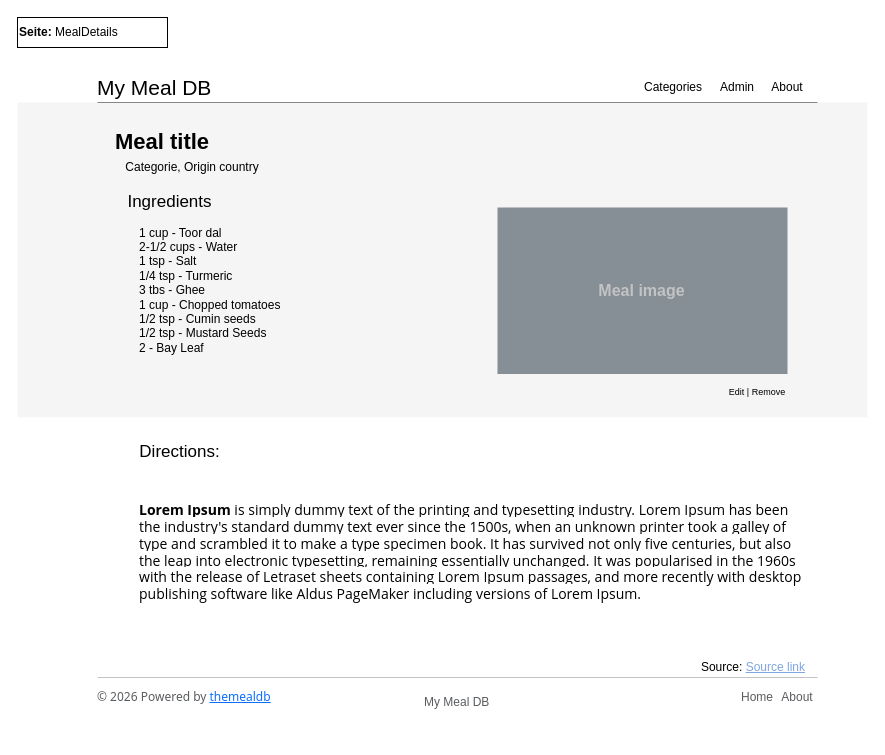
MAFernCosta/m294-mymealdb keeps this draw.io diagram as page "Desktop:MealDetails" (3 of 7) of Dokumentation/Bildschirme-der-my-meal-db.drawio. Above is the earlier version. Source tidied: cells renumbered, new cells numbered last; positions are measured from the earlier drawing's top-left corner, leaving out a move shared by most shapes. Both pictures are drawn from the tidied source at 100%, with x=0, y=0 at pixel (17, 17).
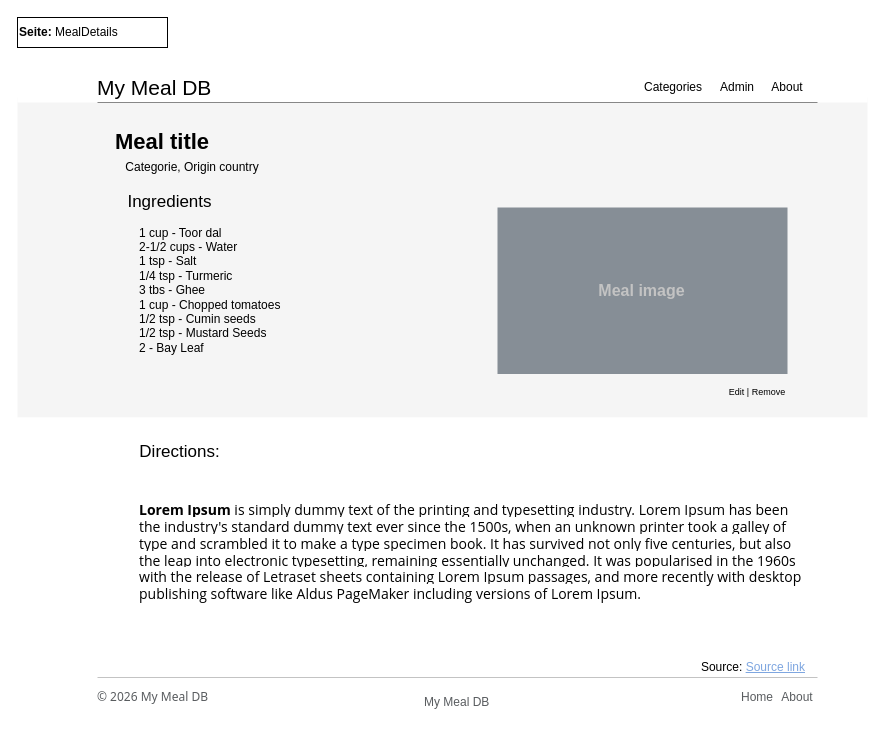
Above is the later version.

What changed in the source:
```diff
@@
-    <mxCell id="5" value="&lt;font&gt;&lt;span style=&quot;color: rgba(33, 37, 41, 0.75); font-family: system-ui, -apple-system, &amp;quot;Segoe UI&amp;quot;, Roboto, &amp;quot;Helvetica Neue&amp;quot;, &amp;quot;Noto Sans&amp;quot;, &amp;quot;Liberation Sans&amp;quot;, Arial, sans-serif, &amp;quot;Apple Color Emoji&amp;quot;, &amp;quot;Segoe UI Emoji&amp;quot;, &amp;quot;Segoe UI Symbol&amp;quot;, &amp;quot;Noto Color Emoji&amp;quot;; background-color: rgb(255, 255, 255);&quot;&gt;© 2026 Powered by&amp;nbsp;&lt;/span&gt;&lt;a style=&quot;box-sizing: border-box; color: rgb(13, 110, 253); font-family: system-ui, -apple-system, &amp;quot;Segoe UI&amp;quot;, Roboto, &amp;quot;Helvetica Neue&amp;quot;, &amp;quot;Noto Sans&amp;quot;, &amp;quot;Liberation Sans&amp;quot;, Arial, sans-serif, &amp;quot;Apple Color Emoji&amp;quot;, &amp;quot;Segoe UI Emoji&amp;quot;, &amp;quot;Segoe UI Symbol&amp;quot;, &amp;quot;Noto Color Emoji&amp;quot;; background-color: rgb(255, 255, 255);&quot; href=&quot;https://www.themealdb.com/&quot;&gt;themealdb&lt;/a&gt;&lt;/font&gt;" style="text;html=1;align=left;verticalAlign=middle;whiteSpace=wrap;rounded=0;" parent="1" vertex="1">
+    <mxCell id="5" value="&lt;span style=&quot;color: rgba(33, 37, 41, 0.75); font-family: system-ui, -apple-system, &amp;quot;Segoe UI&amp;quot;, Roboto, &amp;quot;Helvetica Neue&amp;quot;, &amp;quot;Noto Sans&amp;quot;, &amp;quot;Liberation Sans&amp;quot;, Arial, sans-serif, &amp;quot;Apple Color Emoji&amp;quot;, &amp;quot;Segoe UI Emoji&amp;quot;, &amp;quot;Segoe UI Symbol&amp;quot;, &amp;quot;Noto Color Emoji&amp;quot;; background-color: rgb(255, 255, 255);&quot;&gt;© 2026 My Meal DB&lt;/span&gt;" style="text;html=1;align=left;verticalAlign=middle;whiteSpace=wrap;rounded=0;" parent="1" vertex="1">
       <mxGeometry x="78" y="670" width="200" height="20" as="geometry" />
     </mxCell>
```
